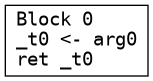
Above: get_int.png in seanchuck/compiler-s25 (Graphviz), before the change. Its source is kept beside it as get_int.dot.
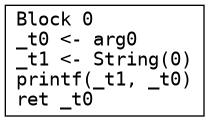
After the change.

What changed in the source:
```diff
@@ -1,4 +1,4 @@
 digraph CFG {
   node [shape=box fontname="monospace"];
-  0 [label="Block 0\l_t0 <- arg0\lret _t0\l"];
+  0 [label="Block 0\l_t0 <- arg0\l_t1 <- String(0)\lprintf(_t1, _t0)\lret _t0\l"];
 }
```
